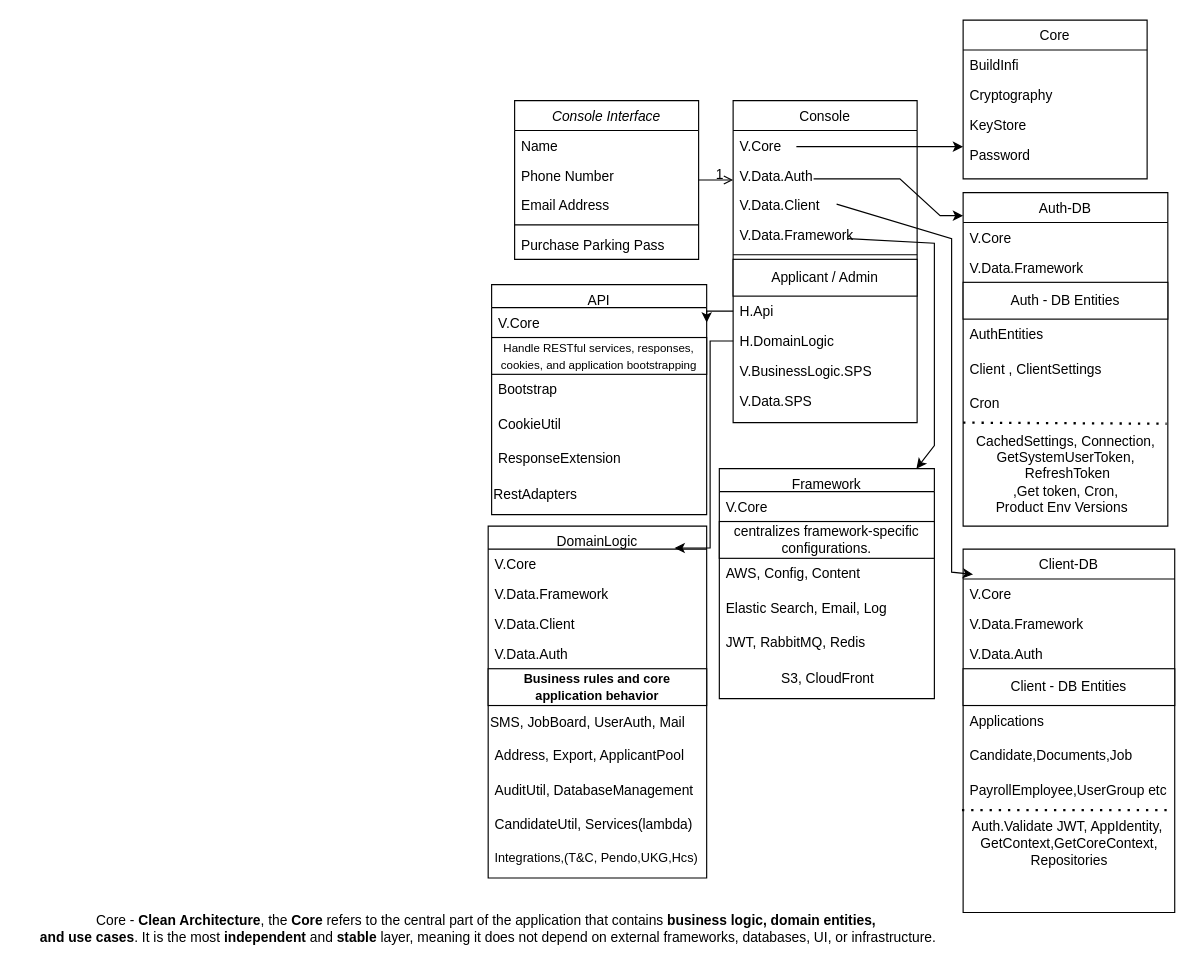
The draw.io diagram Untitled Diagram.drawio in LalgyThomas/GITPR, before the edit. Source tidied: cells renumbered, new cells numbered last; positions are measured from the earlier drawing's top-left corner, leaving out a move shared by most shapes. Both pictures are drawn from the tidied source at 115%, with x=0, y=0 at pixel (20, 20).
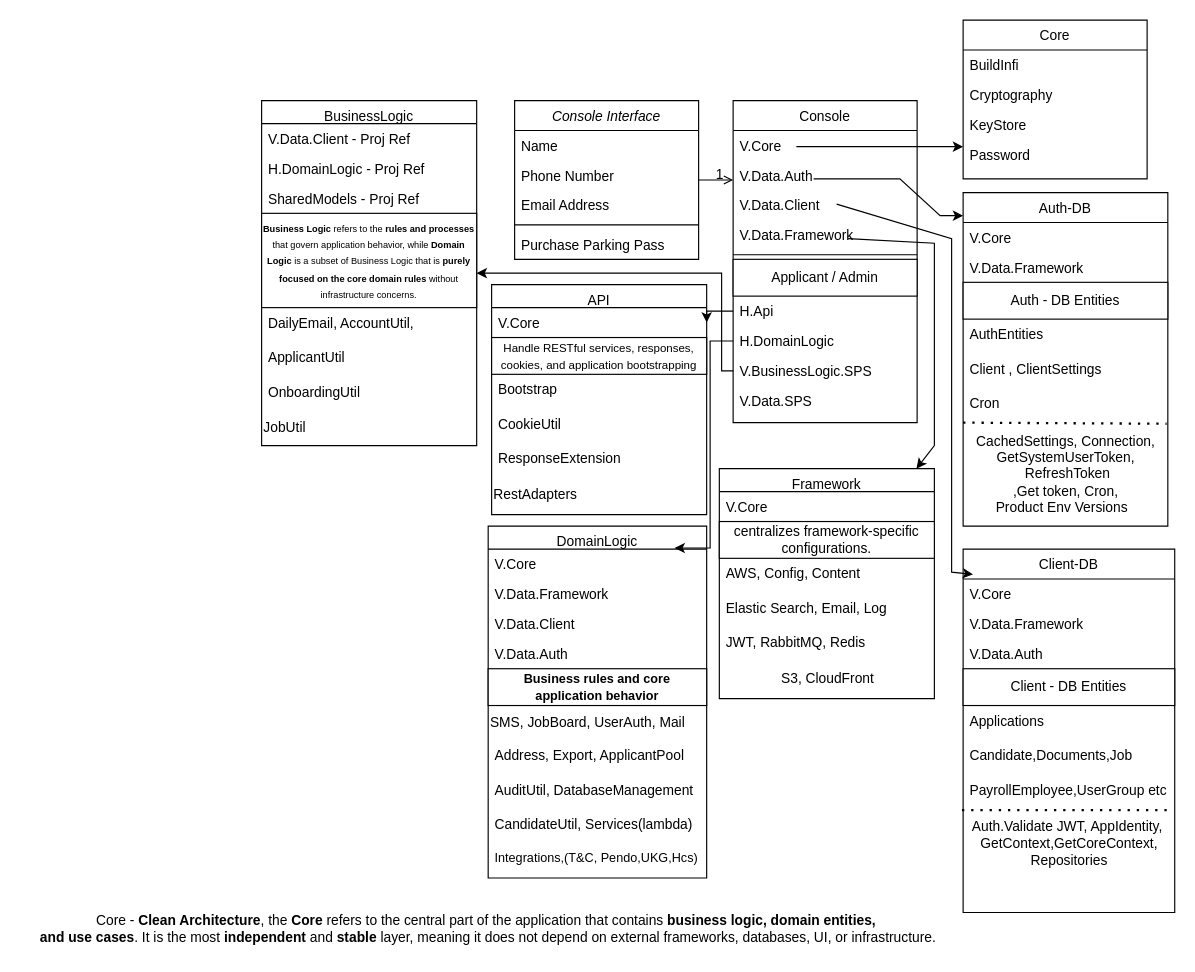
The same diagram, later.

Unchanged cells that the change refers to:
```xml
<mxCell id="25" value="V.BusinessLogic.SPS" style="text;align=left;verticalAlign=top;spacingLeft=4;spacingRight=4;overflow=hidden;points=[[0,0.5],[1,0.5]];portConstraint=eastwest;" parent="14" vertex="1">
  <mxGeometry y="222" width="160" height="26" as="geometry" />
</mxCell>
```

Change to the diagram source:
```diff
@@
+    <mxCell id="77" value="BusinessLogic" style="swimlane;fontStyle=0;align=center;verticalAlign=top;horizontal=1;startSize=20;rounded=0;shadow=0;strokeWidth=1;" parent="1" vertex="1">
+      <mxGeometry x="210" y="70" width="187" height="300" as="geometry" />
+    </mxCell>
+    <mxCell id="78" value="V.Data.Client - Proj Ref" style="text;align=left;verticalAlign=top;spacingLeft=4;spacingRight=4;overflow=hidden;rounded=0;shadow=0;html=0;" parent="77" vertex="1">
+      <mxGeometry y="20" width="187" height="26" as="geometry" />
+    </mxCell>
+    <mxCell id="79" value="H.DomainLogic - Proj Ref" style="text;align=left;verticalAlign=top;spacingLeft=4;spacingRight=4;overflow=hidden;rounded=0;shadow=0;html=0;" parent="77" vertex="1">
+      <mxGeometry y="46" width="187" height="26" as="geometry" />
+    </mxCell>
+    <mxCell id="80" value="SharedModels - Proj Ref" style="text;align=left;verticalAlign=top;spacingLeft=4;spacingRight=4;overflow=hidden;rounded=0;shadow=0;html=0;" parent="77" vertex="1">
+      <mxGeometry y="72" width="187" height="26" as="geometry" />
+    </mxCell>
+    <mxCell id="81" value="&lt;font style=&quot;font-size: 8px;&quot;&gt;&lt;strong style=&quot;&quot;&gt;Business Logic&lt;/strong&gt; refers to the &lt;strong style=&quot;&quot;&gt;rules and processes&lt;/strong&gt; that govern application behavior, while &lt;strong style=&quot;&quot;&gt;Domain Logic&lt;/strong&gt; is a subset of Business Logic that is &lt;strong style=&quot;&quot;&gt;purely focused on the core domain rules&lt;/strong&gt; without infrastructure concerns.&lt;/font&gt;" style="rounded=0;whiteSpace=wrap;html=1;fontStyle=0;" parent="77" vertex="1">
+      <mxGeometry y="98" width="187" height="82" as="geometry" />
+    </mxCell>
+    <mxCell id="82" value="DailyEmail, AccountUtil, " style="text;align=left;verticalAlign=top;spacingLeft=4;spacingRight=4;overflow=hidden;rounded=0;shadow=0;html=0;" parent="77" vertex="1">
+      <mxGeometry y="180" width="187" height="30" as="geometry" />
+    </mxCell>
+    <mxCell id="83" value="ApplicantUtil" style="text;align=left;verticalAlign=top;spacingLeft=4;spacingRight=4;overflow=hidden;rounded=0;shadow=0;html=0;" parent="77" vertex="1">
+      <mxGeometry y="210" width="187" height="30" as="geometry" />
+    </mxCell>
+    <mxCell id="84" value="OnboardingUtil" style="text;align=left;verticalAlign=top;spacingLeft=4;spacingRight=4;overflow=hidden;rounded=0;shadow=0;html=0;" parent="77" vertex="1">
+      <mxGeometry y="240" width="187" height="30" as="geometry" />
+    </mxCell>
+    <mxCell id="85" value="JobUtil" style="text;html=1;align=left;verticalAlign=middle;strokeColor=none;fillColor=none;rotation=0;" parent="77" vertex="1">
+      <mxGeometry y="270" width="187" height="30" as="geometry" />
+    </mxCell>
+    <mxCell id="86" style="edgeStyle=orthogonalEdgeStyle;rounded=0;jettySize=auto;html=1;" parent="1" edge="1" source="25" target="77">
+      <mxGeometry relative="1" as="geometry">
+        <Array as="points">
+          <mxPoint x="610" y="305" />
+          <mxPoint x="610" y="220" />
+        </Array>
+      </mxGeometry>
+    </mxCell>
```
